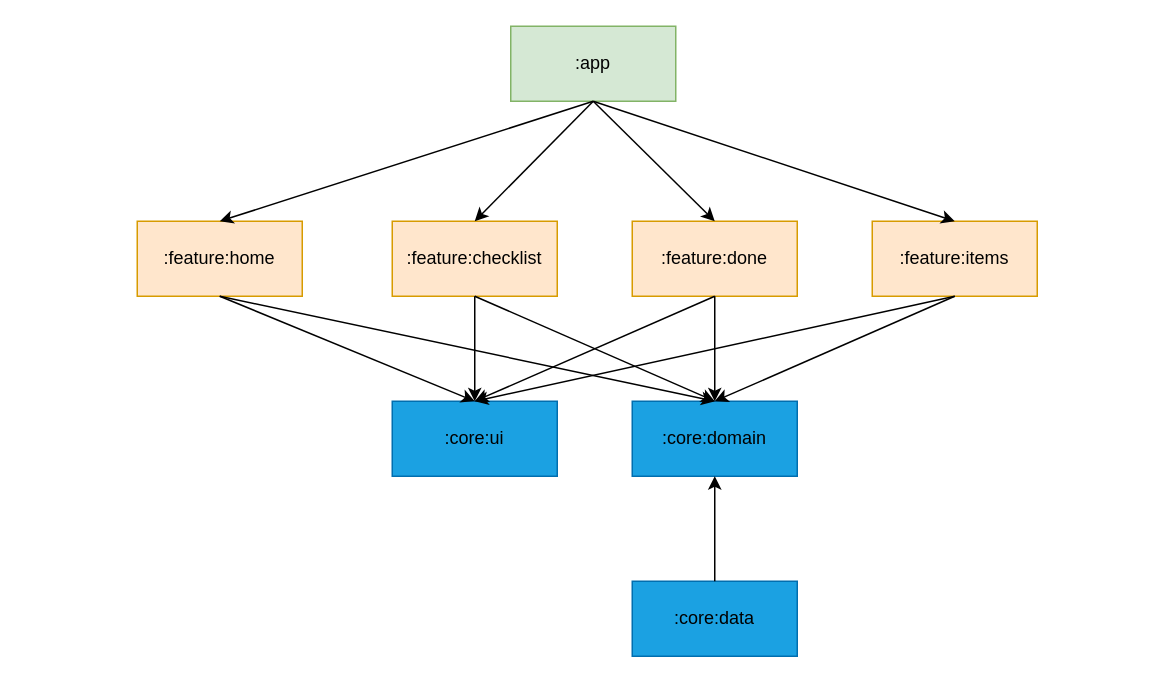
Nkot117/GoSmart keeps this draw.io diagram as docs/airchitecture/ModuleStructure.drawio. Above is the earlier version. Source tidied: cells renumbered, new cells numbered last; positions are measured from the earlier drawing's top-left corner, leaving out a move shared by most shapes. Both pictures are drawn from the tidied source at 150%, with x=0, y=0 at pixel (136, 26).
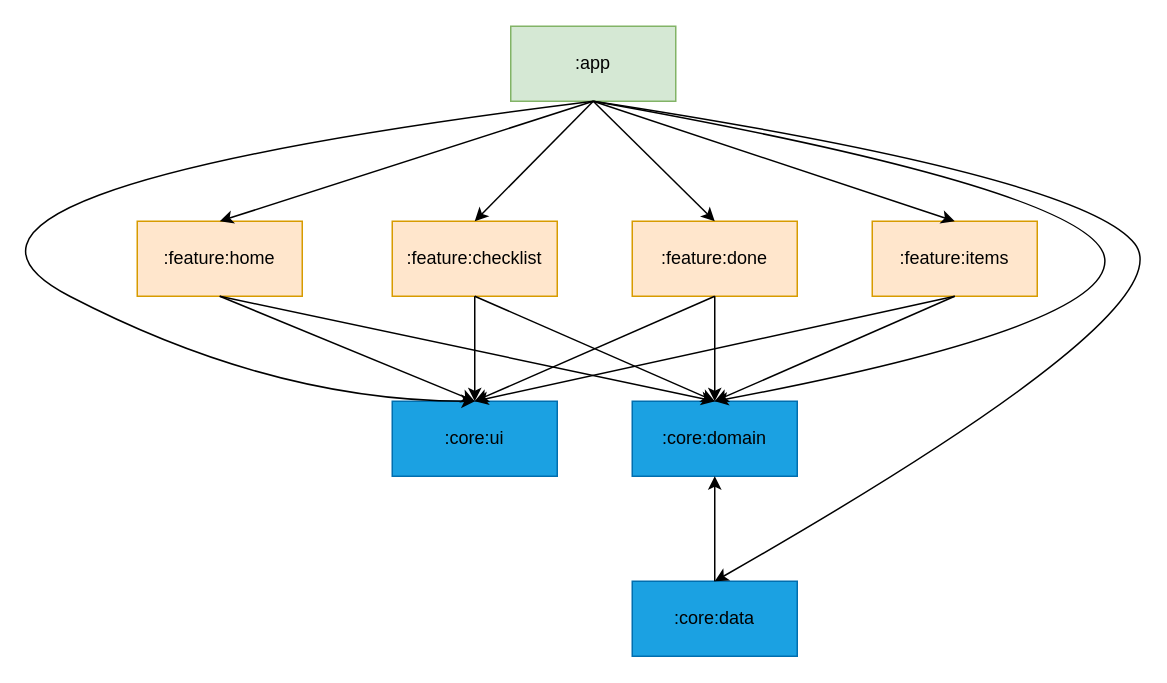
The same diagram, later.

Unchanged cells that the change refers to:
```xml
<mxCell id="2" value="&lt;font style=&quot;color: light-dark(rgb(0, 0, 0), rgb(0, 0, 0));&quot;&gt;:app&lt;/font&gt;" style="html=1;whiteSpace=wrap;fillColor=#d5e8d4;strokeColor=#82b366;" parent="1" vertex="1">
  <mxGeometry x="249" width="110" height="50" as="geometry" />
</mxCell>
<mxCell id="7" value="&lt;font&gt;:core:ui&lt;/font&gt;" style="html=1;whiteSpace=wrap;fillColor=#1ba1e2;fontColor=#000000;strokeColor=#006EAF;" parent="1" vertex="1">
  <mxGeometry x="170" y="250" width="110" height="50" as="geometry" />
</mxCell>
<mxCell id="8" value="&lt;font&gt;:core:domain&lt;/font&gt;" style="html=1;whiteSpace=wrap;fillColor=#1ba1e2;fontColor=#000000;strokeColor=#006EAF;" parent="1" vertex="1">
  <mxGeometry x="330" y="250" width="110" height="50" as="geometry" />
</mxCell>
<mxCell id="9" value="&lt;font&gt;:core:data&lt;/font&gt;" style="html=1;whiteSpace=wrap;fillColor=#1ba1e2;fontColor=#000000;strokeColor=#006EAF;" parent="1" vertex="1">
  <mxGeometry x="330" y="370" width="110" height="50" as="geometry" />
</mxCell>
```

What changed in the source:
```diff
@@
+    <mxCell id="23" style="curved=1;endArrow=classic;html=1;rounded=0;entryX=0.5;entryY=0;entryDx=0;entryDy=0;exitX=0.5;exitY=1;exitDx=0;exitDy=0;" parent="1" edge="1" source="2" target="9">
+      <mxGeometry relative="1" as="geometry">
+        <Array as="points">
+          <mxPoint x="630" y="100" />
+          <mxPoint x="700" y="190" />
+        </Array>
+      </mxGeometry>
+    </mxCell>
+    <mxCell id="24" style="curved=1;endArrow=classic;html=1;rounded=0;entryX=0.5;entryY=0;entryDx=0;entryDy=0;exitX=0.5;exitY=1;exitDx=0;exitDy=0;" parent="1" edge="1" source="2" target="8">
+      <mxGeometry relative="1" as="geometry">
+        <Array as="points">
+          <mxPoint x="640" y="110" />
+          <mxPoint x="650" y="200" />
+        </Array>
+      </mxGeometry>
+    </mxCell>
+    <mxCell id="25" style="curved=1;endArrow=classic;html=1;rounded=0;entryX=0.5;entryY=0;entryDx=0;entryDy=0;exitX=0.5;exitY=1;exitDx=0;exitDy=0;" parent="1" edge="1" source="2" target="7">
+      <mxGeometry relative="1" as="geometry">
+        <Array as="points">
+          <mxPoint x="-180" y="110" />
+          <mxPoint x="90" y="250" />
+        </Array>
+      </mxGeometry>
+    </mxCell>
```
